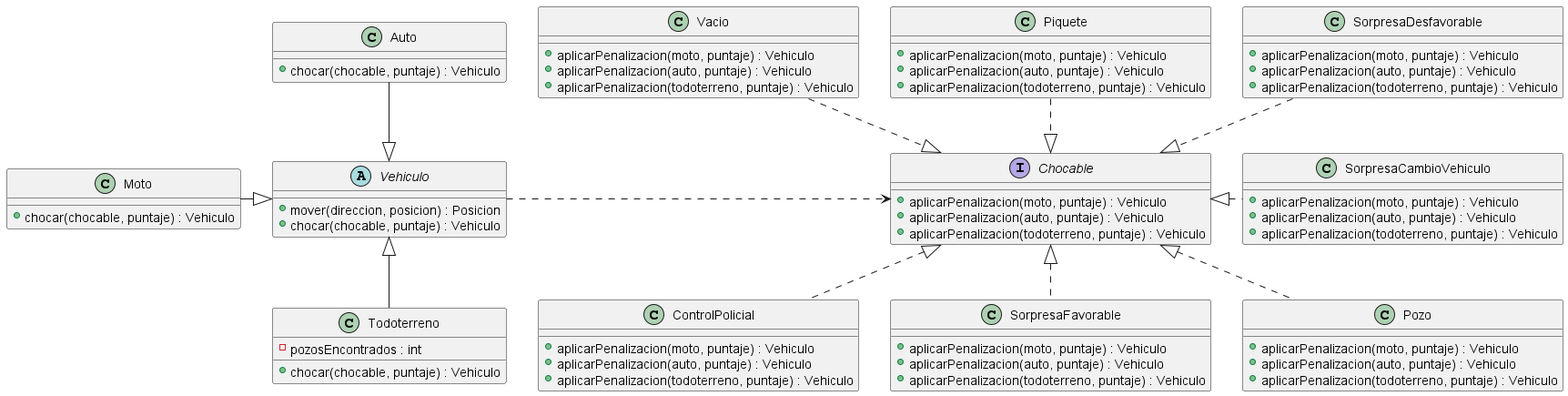
NestorPala/T17-GPSChallenge keeps this PlantUML diagram as diagrams/classes/diagrama_interfaces.png. Above is the earlier version. Its source is kept beside it as diagrams/classes/diagrama_interfaces.puml. The source it was exported from:
```plantuml
@startuml


class Pozo {
    +  aplicarPenalizacion(moto, puntaje) : Vehiculo
    +  aplicarPenalizacion(auto, puntaje) : Vehiculo
    +  aplicarPenalizacion(todoterreno, puntaje) : Vehiculo
}

class Vacio {
    +  aplicarPenalizacion(moto, puntaje) : Vehiculo
    +  aplicarPenalizacion(auto, puntaje) : Vehiculo
    +  aplicarPenalizacion(todoterreno, puntaje) : Vehiculo
}

class Piquete {
    +  aplicarPenalizacion(moto, puntaje) : Vehiculo
    +  aplicarPenalizacion(auto, puntaje) : Vehiculo
    +  aplicarPenalizacion(todoterreno, puntaje) : Vehiculo
}

class ControlPolicial {
    +  aplicarPenalizacion(moto, puntaje) : Vehiculo
    +  aplicarPenalizacion(auto, puntaje) : Vehiculo
    +  aplicarPenalizacion(todoterreno, puntaje) : Vehiculo
}

class SorpresaFavorable {
    +  aplicarPenalizacion(moto, puntaje) : Vehiculo
    +  aplicarPenalizacion(auto, puntaje) : Vehiculo
    +  aplicarPenalizacion(todoterreno, puntaje) : Vehiculo
}

class SorpresaDesfavorable {
    +  aplicarPenalizacion(moto, puntaje) : Vehiculo
    +  aplicarPenalizacion(auto, puntaje) : Vehiculo
    +  aplicarPenalizacion(todoterreno, puntaje) : Vehiculo
}

class SorpresaCambioVehiculo {
    +  aplicarPenalizacion(moto, puntaje) : Vehiculo
    +  aplicarPenalizacion(auto, puntaje) : Vehiculo
    +  aplicarPenalizacion(todoterreno, puntaje) : Vehiculo
}

class Auto {
    + chocar(chocable, puntaje) : Vehiculo
}

class Moto {
    + chocar(chocable, puntaje) : Vehiculo
}

class Todoterreno {
    - pozosEncontrados : int
    + chocar(chocable, puntaje) : Vehiculo
}

abstract class Vehiculo {
    + mover(direccion, posicion) : Posicion
    + chocar(chocable, puntaje) : Vehiculo
}

interface Chocable {
    + aplicarPenalizacion(moto, puntaje) : Vehiculo
    + aplicarPenalizacion(auto, puntaje) : Vehiculo
    + aplicarPenalizacion(todoterreno, puntaje) : Vehiculo
}

Chocable <|.. Pozo
Vacio ..|> Chocable
Piquete ..|> Chocable
SorpresaDesfavorable ..|> Chocable
Chocable <|. SorpresaCambioVehiculo
Chocable <|.. SorpresaFavorable
Chocable <|.. ControlPolicial

Vehiculo <|-- Todoterreno
Auto --|> Vehiculo
Moto -|> Vehiculo

Vehiculo .> Chocable




@enduml
```
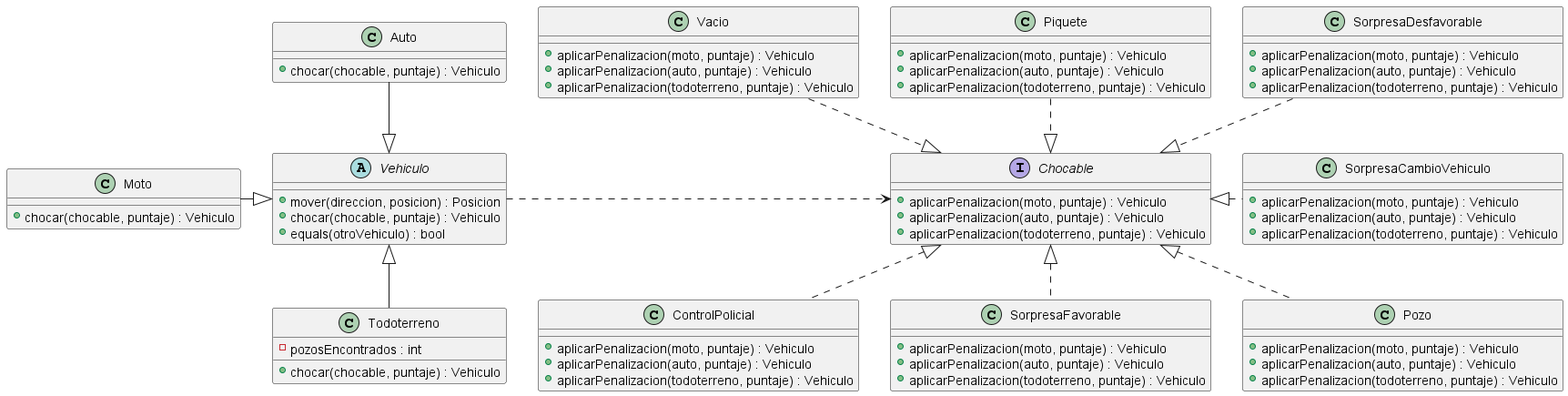
Later version of the same file.

Change to the diagram source:
```diff
@@ -59,6 +59,7 @@
 abstract class Vehiculo {
     + mover(direccion, posicion) : Posicion
     + chocar(chocable, puntaje) : Vehiculo
+    + equals(otroVehiculo) : bool
 }
 
 interface Chocable {
```
